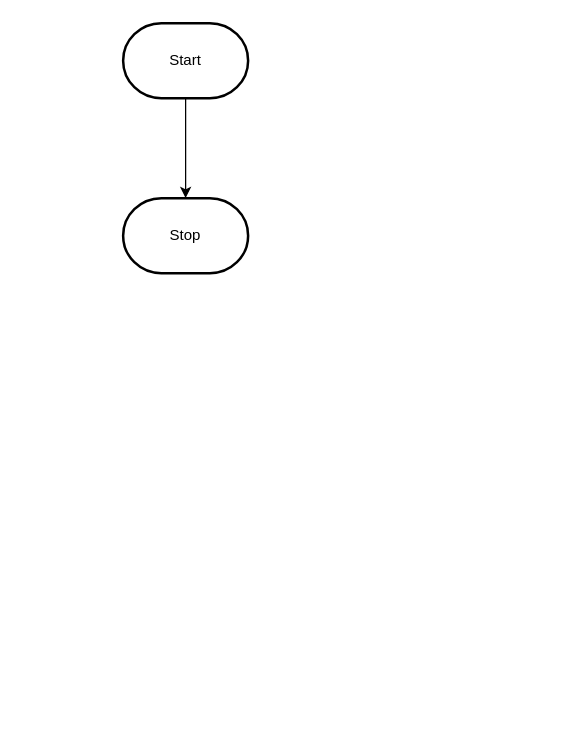
The draw.io diagram design/flowchart.drawio in MTHS-ICD2O-1-2023/ICD2O-Unit-3-02-jinyuzhe-calista-e, before the edit. Source tidied: cells renumbered, new cells numbered last; positions are measured from the earlier drawing's top-left corner, leaving out a move shared by most shapes. Both pictures are drawn from the tidied source at 125%, with x=0, y=0 at pixel (122, 22).
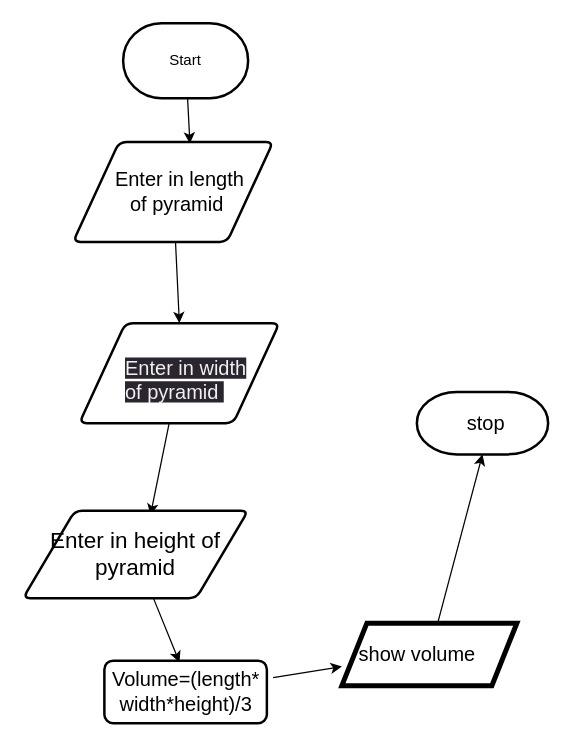
Above is the later version.

What changed in the source:
```diff
@@
 <mxGraphModel>
   <root>
     <mxCell id="0" />
     <mxCell id="1" parent="0" />
-    <mxCell id="2" style="edgeStyle=orthogonalEdgeStyle;html=1;rounded=0;" parent="1" edge="1" source="3" target="4">
-      <mxGeometry relative="1" as="geometry" />
-    </mxCell>
+    <mxCell id="5" style="edgeStyle=none;html=1;entryX=0.584;entryY=0.016;entryDx=0;entryDy=0;entryPerimeter=0;" parent="1" edge="1" source="3" target="7">
+      <mxGeometry relative="1" as="geometry" />
+    </mxCell>
     <mxCell id="3" value="Start" style="strokeWidth=2;html=1;shape=mxgraph.flowchart.terminator;whiteSpace=wrap;" parent="1" vertex="1">
       <mxGeometry width="100" height="60" as="geometry" />
     </mxCell>
-    <mxCell id="4" value="Stop" style="strokeWidth=2;html=1;shape=mxgraph.flowchart.terminator;whiteSpace=wrap;" parent="1" vertex="1">
-      <mxGeometry y="140" width="100" height="60" as="geometry" />
-    </mxCell>
+    <mxCell id="6" style="edgeStyle=none;html=1;entryX=0.5;entryY=0;entryDx=0;entryDy=0;" parent="1" edge="1" source="7" target="18">
+      <mxGeometry relative="1" as="geometry" />
+    </mxCell>
+    <mxCell id="7" style="shape=parallelogram;html=1;strokeWidth=2;perimeter=parallelogramPerimeter;whiteSpace=wrap;rounded=1;arcSize=12;size=0.23;fontSize=16;" parent="1" vertex="1">
+      <mxGeometry x="-40" y="95" width="160" height="80" as="geometry" />
+    </mxCell>
+    <mxCell id="8" value="Enter in length&lt;br&gt;of pyramid&amp;nbsp;" style="text;html=1;align=center;verticalAlign=middle;strokeColor=none;fillColor=none;fontSize=16;" parent="1" vertex="1">
+      <mxGeometry x="-20" y="110" width="130" height="50" as="geometry" />
+    </mxCell>
+    <mxCell id="9" style="rounded=1;whiteSpace=wrap;html=1;absoluteArcSize=1;arcSize=14;strokeWidth=2;fontSize=16;" parent="1" vertex="1">
+      <mxGeometry x="-15" y="510" width="130" height="50" as="geometry" />
+    </mxCell>
+    <mxCell id="10" style="edgeStyle=none;html=1;fontSize=16;" parent="1" edge="1" source="11" target="15">
+      <mxGeometry relative="1" as="geometry" />
+    </mxCell>
+    <mxCell id="11" value="Volume=(length*&lt;br&gt;width*height)/3" style="text;html=1;align=center;verticalAlign=middle;points=[];strokeColor=none;fillColor=none;fontSize=16;" parent="1" vertex="1">
+      <mxGeometry x="-20" y="510" width="140" height="50" as="geometry" />
+    </mxCell>
+    <mxCell id="12" style="strokeWidth=2;html=1;shape=mxgraph.flowchart.terminator;whiteSpace=wrap;fontSize=16;" parent="1" vertex="1">
+      <mxGeometry x="235" y="295" width="105" height="50" as="geometry" />
+    </mxCell>
+    <mxCell id="13" value="&lt;font style=&quot;font-size: 16px;&quot;&gt;stop&lt;/font&gt;" style="text;html=1;align=center;verticalAlign=middle;strokeColor=none;fillColor=none;fontSize=16;" parent="1" vertex="1">
+      <mxGeometry x="265" y="305" width="50" height="30" as="geometry" />
+    </mxCell>
+    <mxCell id="14" style="shape=parallelogram;perimeter=parallelogramPerimeter;whiteSpace=wrap;html=1;fixedSize=1;strokeWidth=4;fontSize=16;" parent="1" vertex="1">
+      <mxGeometry x="175" y="480" width="140" height="50" as="geometry" />
+    </mxCell>
+    <mxCell id="15" value="show volume" style="text;html=1;align=center;verticalAlign=middle;points=[];strokeColor=none;fillColor=none;fontSize=16;" parent="1" vertex="1">
+      <mxGeometry x="175" y="490" width="120" height="30" as="geometry" />
+    </mxCell>
+    <mxCell id="16" style="edgeStyle=none;html=1;fontSize=16;entryX=0.5;entryY=1;entryDx=0;entryDy=0;entryPerimeter=0;" parent="1" edge="1" source="14" target="12">
+      <mxGeometry relative="1" as="geometry" />
+    </mxCell>
+    <mxCell id="17" style="edgeStyle=none;html=1;entryX=0.566;entryY=0.05;entryDx=0;entryDy=0;entryPerimeter=0;" parent="1" edge="1" source="18" target="21">
+      <mxGeometry relative="1" as="geometry" />
+    </mxCell>
+    <mxCell id="18" style="shape=parallelogram;html=1;strokeWidth=2;perimeter=parallelogramPerimeter;whiteSpace=wrap;rounded=1;arcSize=12;size=0.23;fontSize=16;" parent="1" vertex="1">
+      <mxGeometry x="-35" y="240" width="160" height="80" as="geometry" />
+    </mxCell>
+    <mxCell id="19" value="&lt;span style=&quot;color: rgb(240, 240, 240); font-family: Helvetica; font-size: 16px; font-style: normal; font-variant-ligatures: normal; font-variant-caps: normal; font-weight: 400; letter-spacing: normal; orphans: 2; text-align: center; text-indent: 0px; text-transform: none; widows: 2; word-spacing: 0px; -webkit-text-stroke-width: 0px; background-color: rgb(42, 37, 47); text-decoration-thickness: initial; text-decoration-style: initial; text-decoration-color: initial; float: none; display: inline !important;&quot;&gt;Enter in width&lt;/span&gt;&lt;br style=&quot;border-color: rgb(0, 0, 0); color: rgb(240, 240, 240); font-family: Helvetica; font-size: 16px; font-style: normal; font-variant-ligatures: normal; font-variant-caps: normal; font-weight: 400; letter-spacing: normal; orphans: 2; text-align: center; text-indent: 0px; text-transform: none; widows: 2; word-spacing: 0px; -webkit-text-stroke-width: 0px; background-color: rgb(42, 37, 47); text-decoration-thickness: initial; text-decoration-style: initial; text-decoration-color: initial;&quot;&gt;&lt;span style=&quot;color: rgb(240, 240, 240); font-family: Helvetica; font-size: 16px; font-style: normal; font-variant-ligatures: normal; font-variant-caps: normal; font-weight: 400; letter-spacing: normal; orphans: 2; text-align: center; text-indent: 0px; text-transform: none; widows: 2; word-spacing: 0px; -webkit-text-stroke-width: 0px; background-color: rgb(42, 37, 47); text-decoration-thickness: initial; text-decoration-style: initial; text-decoration-color: initial; float: none; display: inline !important;&quot;&gt;of pyramid&amp;nbsp;&lt;/span&gt;" style="text;whiteSpace=wrap;html=1;" parent="1" vertex="1">
+      <mxGeometry y="260" width="130" height="60" as="geometry" />
+    </mxCell>
+    <mxCell id="20" style="edgeStyle=none;html=1;entryX=0.465;entryY=0.027;entryDx=0;entryDy=0;entryPerimeter=0;" parent="1" edge="1" source="21" target="11">
+      <mxGeometry relative="1" as="geometry" />
+    </mxCell>
+    <mxCell id="21" value="&lt;font style=&quot;font-size: 18px;&quot;&gt;Enter in height of pyramid&lt;/font&gt;" style="shape=parallelogram;html=1;strokeWidth=2;perimeter=parallelogramPerimeter;whiteSpace=wrap;rounded=1;arcSize=12;size=0.23;" parent="1" vertex="1">
+      <mxGeometry x="-80" y="390" width="180" height="70" as="geometry" />
+    </mxCell>
   </root>
 </mxGraphModel>
```
